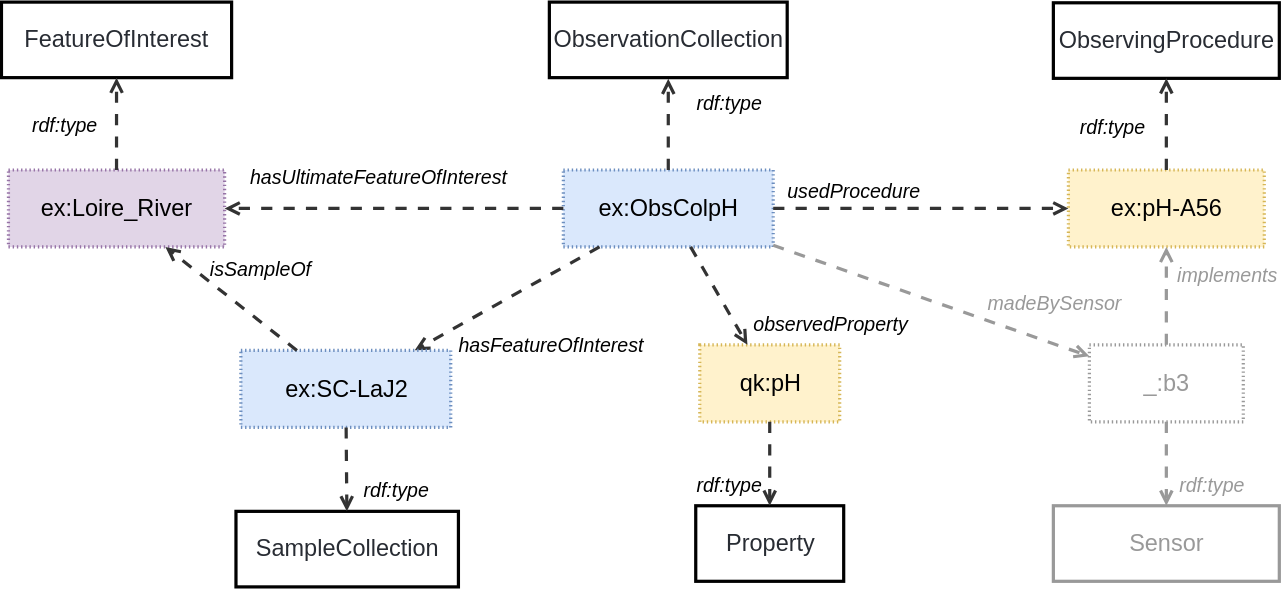
The draw.io diagram ssn/images/PlannedObservationCollection.svg in w3c/sdw-sosa-ssn, before a commit. Source tidied: cells renumbered, new cells last; positions are measured from the earlier drawing's top-left corner, leaving out a move shared by most shapes.
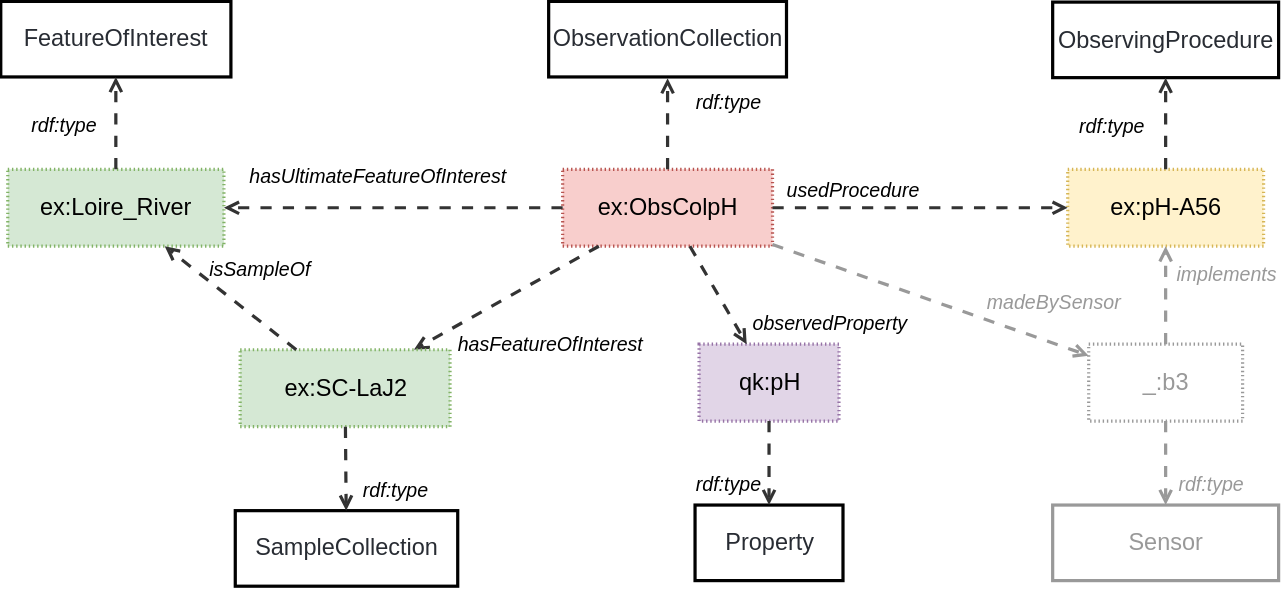
Above is the later version.

The edit, as a diff of the source:
```diff
@@ -2,7 +2,7 @@
   <root>
     <mxCell id="0" />
     <mxCell id="1" parent="0" />
-    <mxCell id="2" value="ex:ObsColpH" style="html=1;overflow=block;blockSpacing=1;whiteSpace=wrap;fontSize=16.8;align=center;spacing=0;strokeOpacity=100;fillColor=#dae8fc;dashed=1;fixDash=1;dashPattern=1 2;strokeWidth=2.3;strokeColor=#6c8ebf;" parent="1" vertex="1">
+    <mxCell id="2" value="ex:ObsColpH" style="html=1;overflow=block;blockSpacing=1;whiteSpace=wrap;fontSize=16.8;align=center;spacing=0;strokeOpacity=100;fillColor=#f8cecc;dashed=1;fixDash=1;dashPattern=1 2;strokeWidth=2.3;strokeColor=#b85450;" parent="1" vertex="1">
       <mxGeometry x="402" y="120" width="150" height="55" as="geometry" />
     </mxCell>
     <mxCell id="3" value="ObservationCollection" style="html=1;overflow=block;blockSpacing=1;whiteSpace=wrap;fontSize=16.8;fontColor=#282c33;align=center;spacing=0;strokeOpacity=100;fillColor=none;strokeWidth=2.3;" parent="1" vertex="1">
@@ -14,7 +14,7 @@
     <mxCell id="5" value="rdf:type" style="html=1;overflow=block;blockSpacing=1;whiteSpace=wrap;fontSize=14;fontStyle=2;align=center;spacing=0;strokeColor=none;strokeOpacity=100;fillOpacity=100;fillColor=none;strokeWidth=2.3;lucidId=ZyNQdXScJ7d8;" parent="1" vertex="1">
       <mxGeometry x="483" y="57" width="75" height="30" as="geometry" />
     </mxCell>
-    <mxCell id="6" value="ex:Loire_River" style="html=1;overflow=block;blockSpacing=1;whiteSpace=wrap;fontSize=16.8;align=center;spacing=0;strokeOpacity=100;fillColor=#e1d5e7;dashed=1;fixDash=1;dashPattern=1 2;strokeWidth=2.3;strokeColor=#9673a6;" parent="1" vertex="1">
+    <mxCell id="6" value="ex:Loire_River" style="html=1;overflow=block;blockSpacing=1;whiteSpace=wrap;fontSize=16.8;align=center;spacing=0;strokeOpacity=100;fillColor=#d5e8d4;dashed=1;fixDash=1;dashPattern=1 2;strokeWidth=2.3;strokeColor=#82b366;" parent="1" vertex="1">
       <mxGeometry x="5.4" y="120" width="154.5" height="55" as="geometry" />
     </mxCell>
     <mxCell id="7" style="html=1;jettySize=18;whiteSpace=wrap;fontSize=13;strokeColor=#333333;strokeOpacity=100;dashed=1;fixDash=1;dashPattern=8 8;strokeWidth=2.3;rounded=0;arcSize=24;startArrow=none;endArrow=open;lucidId=a.MQUB3mGXbf;exitX=0;exitY=0.5;exitDx=0;exitDy=0;" parent="1" edge="1" source="2" target="6">
@@ -56,7 +56,7 @@
     <mxCell id="19" value="usedProcedure" style="html=1;overflow=block;blockSpacing=1;whiteSpace=wrap;fontSize=14;fontStyle=2;align=center;spacing=0;strokeColor=none;strokeOpacity=100;fillOpacity=100;fillColor=none;strokeWidth=2.3;lucidId=ZyNQdXScJ7d8;" parent="1" vertex="1">
       <mxGeometry x="562" y="120" width="75" height="30" as="geometry" />
     </mxCell>
-    <mxCell id="20" value="ex:SC-LaJ2" style="html=1;overflow=block;blockSpacing=1;whiteSpace=wrap;fontSize=16.8;align=center;spacing=0;strokeOpacity=100;fillColor=#dae8fc;dashed=1;fixDash=1;dashPattern=1 2;strokeWidth=2.3;strokeColor=#6c8ebf;" parent="1" vertex="1">
+    <mxCell id="20" value="ex:SC-LaJ2" style="html=1;overflow=block;blockSpacing=1;whiteSpace=wrap;fontSize=16.8;align=center;spacing=0;strokeOpacity=100;fillColor=#d5e8d4;dashed=1;fixDash=1;dashPattern=1 2;strokeWidth=2.3;strokeColor=#82b366;" parent="1" vertex="1">
       <mxGeometry x="171.5" y="249" width="150" height="55" as="geometry" />
     </mxCell>
     <mxCell id="21" value="SampleCollection" style="html=1;overflow=block;blockSpacing=1;whiteSpace=wrap;fontSize=16.8;fontColor=#282c33;align=center;spacing=0;strokeOpacity=100;fillColor=none;strokeWidth=2.3;" parent="1" vertex="1">
@@ -77,7 +77,7 @@
     <mxCell id="26" value="rdf:type" style="html=1;overflow=block;blockSpacing=1;whiteSpace=wrap;fontSize=14;fontStyle=2;align=center;spacing=0;strokeColor=none;strokeOpacity=100;fillOpacity=100;fillColor=none;strokeWidth=2.3;lucidId=ZyNQdXScJ7d8;" parent="1" vertex="1">
       <mxGeometry x="483" y="330" width="75" height="30" as="geometry" />
     </mxCell>
-    <mxCell id="27" value="qk:pH" style="html=1;overflow=block;blockSpacing=1;whiteSpace=wrap;fontSize=16.8;align=center;spacing=0;strokeOpacity=100;fillColor=#fff2cc;dashed=1;fixDash=1;dashPattern=1 2;strokeWidth=2.3;strokeColor=#d6b656;" parent="1" vertex="1">
+    <mxCell id="27" value="qk:pH" style="html=1;overflow=block;blockSpacing=1;whiteSpace=wrap;fontSize=16.8;align=center;spacing=0;strokeOpacity=100;fillColor=#e1d5e7;dashed=1;fixDash=1;dashPattern=1 2;strokeWidth=2.3;strokeColor=#9673a6;" parent="1" vertex="1">
       <mxGeometry x="499.5" y="245" width="100" height="55" as="geometry" />
     </mxCell>
     <mxCell id="28" value="Property" style="html=1;overflow=block;blockSpacing=1;whiteSpace=wrap;fontSize=16.8;fontColor=#282c33;align=center;spacing=0;strokeOpacity=100;fillColor=none;strokeWidth=2.3;" parent="1" vertex="1">
```
